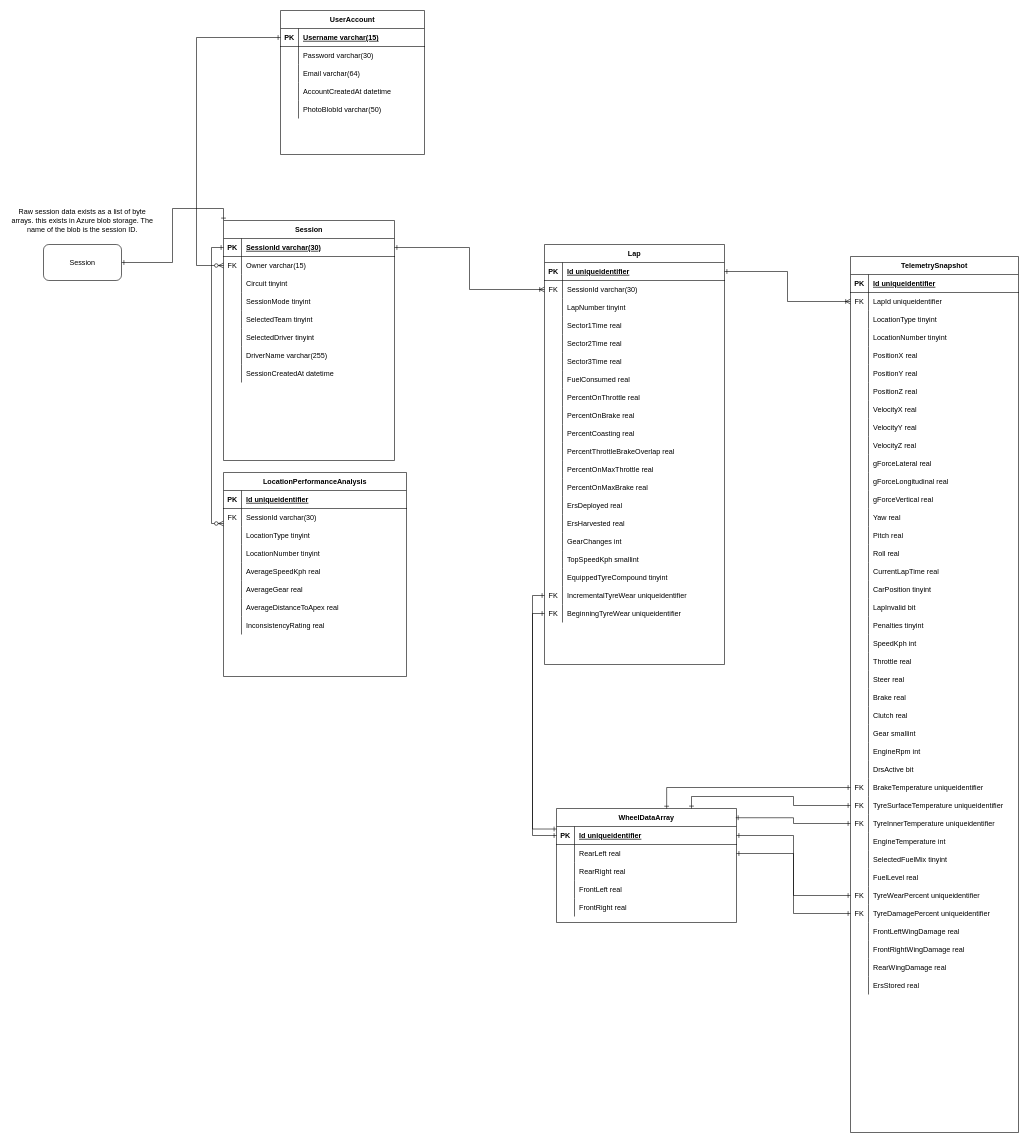
The draw.io diagram page "Sessions" (1 of 2) of Cloud Storage Maps/ApexVisualSqlErd.drawio in TimHanewich/ApexVisual.F1_2020, before the edit. Source tidied: cells renumbered, new cells numbered last; positions are measured from the earlier drawing's top-left corner, leaving out a move shared by most shapes. Both pictures are drawn from the tidied source at 60%, with x=0, y=0 at pixel (10, 10).
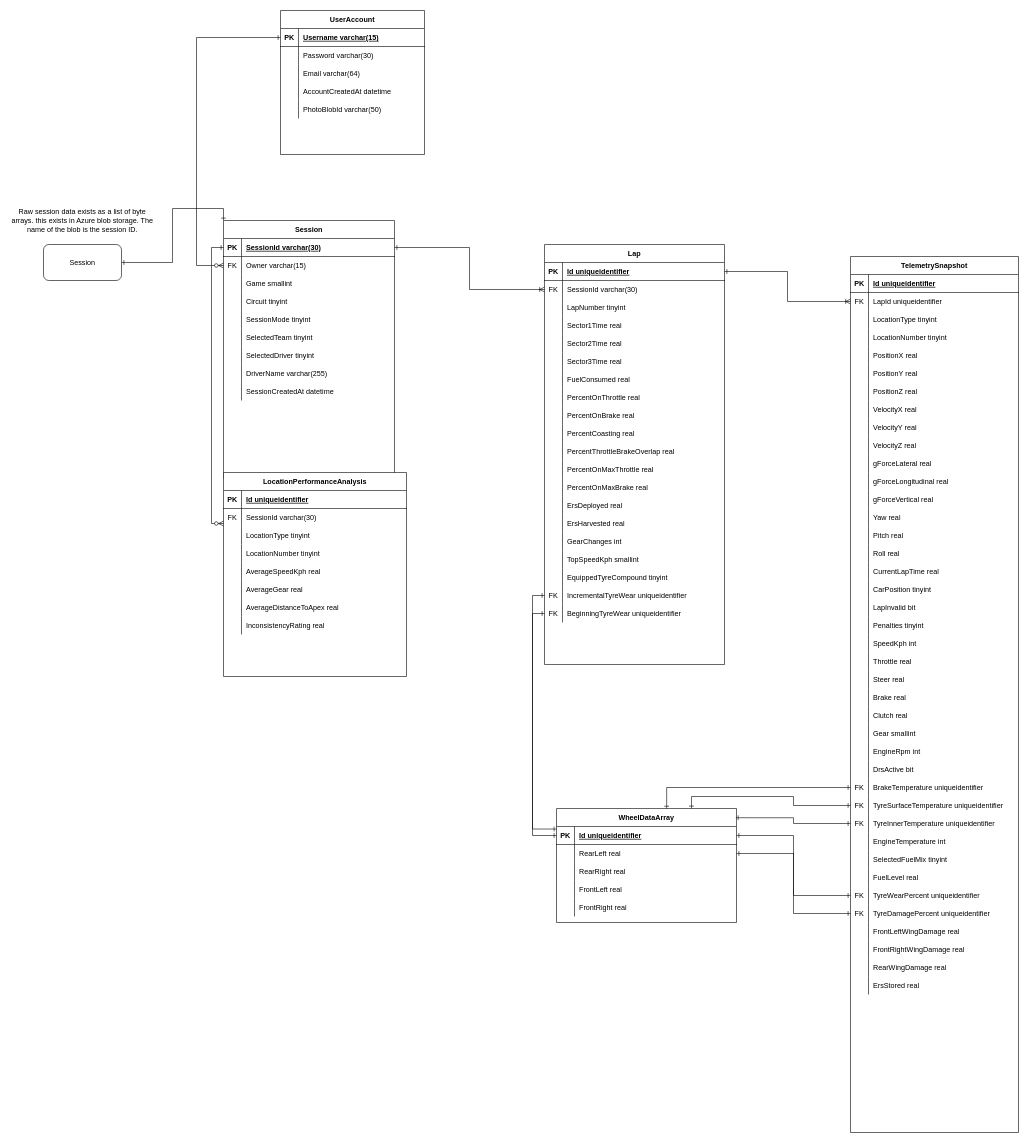
Above is the later version.

Commit message (it also covers changes not shown here):
Added Game column to Sql table Session

The edit, as a diff of the source:
```diff
@@
     <mxCell id="126" value="Session" style="shape=table;startSize=30;childLayout=tableLayout;rowLines=0;fontStyle=1;align=center;" parent="1" vertex="1">
-      <mxGeometry x="355" y="350" width="285" height="400" as="geometry" />
+      <mxGeometry x="355" y="350" width="285" height="430" as="geometry" />
     </mxCell>
@@
+    <mxCell id="280" style="shape=partialRectangle;fillColor=none;top=0;left=0;bottom=0;right=0;" parent="126" vertex="1">
+      <mxGeometry y="90" width="285" height="30" as="geometry" />
+    </mxCell>
+    <mxCell id="281" style="shape=partialRectangle;fillColor=none;top=0;left=0;bottom=0;right=0;overflow=hidden;" parent="280" vertex="1">
+      <mxGeometry width="30" height="30" as="geometry" />
+    </mxCell>
+    <mxCell id="282" value="Game smallint" style="shape=partialRectangle;fillColor=none;top=0;left=0;bottom=0;right=0;align=left;spacingLeft=6;overflow=hidden;" parent="280" vertex="1">
+      <mxGeometry x="30" width="255" height="30" as="geometry" />
+    </mxCell>
     <mxCell id="133" style="shape=partialRectangle;fillColor=none;top=0;left=0;bottom=0;right=0;" parent="126" vertex="1">
-      <mxGeometry y="90" width="285" height="30" as="geometry" />
+      <mxGeometry y="120" width="285" height="30" as="geometry" />
     </mxCell>
@@
     <mxCell id="136" style="shape=partialRectangle;fillColor=none;top=0;left=0;bottom=0;right=0;" parent="126" vertex="1">
-      <mxGeometry y="120" width="285" height="30" as="geometry" />
+      <mxGeometry y="150" width="285" height="30" as="geometry" />
     </mxCell>
@@
     <mxCell id="139" style="shape=partialRectangle;fillColor=none;top=0;left=0;bottom=0;right=0;" parent="126" vertex="1">
-      <mxGeometry y="150" width="285" height="30" as="geometry" />
+      <mxGeometry y="180" width="285" height="30" as="geometry" />
     </mxCell>
@@
     <mxCell id="142" style="shape=partialRectangle;fillColor=none;top=0;left=0;bottom=0;right=0;" parent="126" vertex="1">
-      <mxGeometry y="180" width="285" height="30" as="geometry" />
+      <mxGeometry y="210" width="285" height="30" as="geometry" />
     </mxCell>
@@
     <mxCell id="145" style="shape=partialRectangle;fillColor=none;top=0;left=0;bottom=0;right=0;" parent="126" vertex="1">
-      <mxGeometry y="210" width="285" height="30" as="geometry" />
+      <mxGeometry y="240" width="285" height="30" as="geometry" />
     </mxCell>
@@
     <mxCell id="148" style="shape=partialRectangle;fillColor=none;top=0;left=0;bottom=0;right=0;" parent="126" vertex="1">
-      <mxGeometry y="240" width="285" height="30" as="geometry" />
+      <mxGeometry y="270" width="285" height="30" as="geometry" />
     </mxCell>
```
